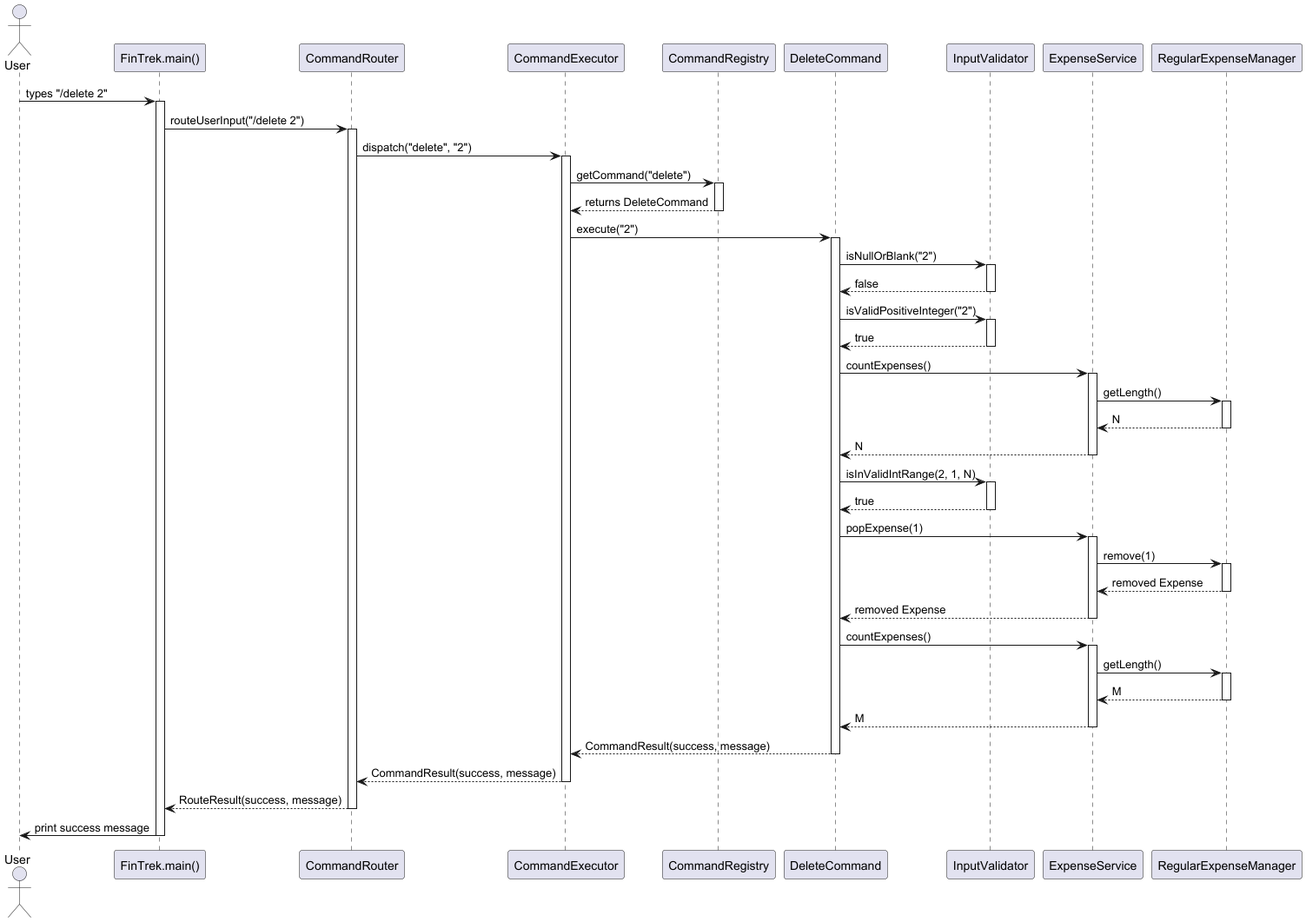
The PlantUML diagram docs/images/delete.png in randust/tp, before a commit. The source it was exported from:
```plantuml
@startuml delete.puml
actor User
participant "FinTrek.main()" as FinTrek
participant "CommandRouter" as Router
participant "CommandExecutor" as Executor
participant "CommandRegistry" as Registry
participant "DeleteCommand" as DeleteCmd
participant "InputValidator" as Validator
participant "ExpenseService" as ExpenseSvc
participant "RegularExpenseManager" as RegExpMgr

User -> FinTrek : types "/delete 2"
activate FinTrek

FinTrek -> Router : routeUserInput("/delete 2")
activate Router

Router -> Executor : dispatch("delete", "2")
activate Executor

Executor -> Registry : getCommand("delete")
activate Registry
Registry --> Executor : returns DeleteCommand
deactivate Registry

Executor -> DeleteCmd : execute("2")
activate DeleteCmd

DeleteCmd -> Validator : isNullOrBlank("2")
activate Validator
Validator --> DeleteCmd : false
deactivate Validator

DeleteCmd -> Validator : isValidPositiveInteger("2")
activate Validator
Validator --> DeleteCmd : true
deactivate Validator

DeleteCmd -> ExpenseSvc : countExpenses()
activate ExpenseSvc
ExpenseSvc -> RegExpMgr : getLength()
activate RegExpMgr
RegExpMgr --> ExpenseSvc : N
deactivate RegExpMgr
ExpenseSvc --> DeleteCmd : N
deactivate ExpenseSvc

DeleteCmd -> Validator : isInValidIntRange(2, 1, N)
activate Validator
Validator --> DeleteCmd : true
deactivate Validator

DeleteCmd -> ExpenseSvc : popExpense(1)
activate ExpenseSvc
ExpenseSvc -> RegExpMgr : remove(1)
activate RegExpMgr
RegExpMgr --> ExpenseSvc : removed Expense
deactivate RegExpMgr
ExpenseSvc --> DeleteCmd : removed Expense
deactivate ExpenseSvc

DeleteCmd -> ExpenseSvc : countExpenses()
activate ExpenseSvc
ExpenseSvc -> RegExpMgr : getLength()
activate RegExpMgr
RegExpMgr --> ExpenseSvc : M
deactivate RegExpMgr
ExpenseSvc --> DeleteCmd : M
deactivate ExpenseSvc

DeleteCmd --> Executor : CommandResult(success, message)
deactivate DeleteCmd

Executor --> Router : CommandResult(success, message)
deactivate Executor

Router --> FinTrek : RouteResult(success, message)
deactivate Router

FinTrek -> User : print success message
deactivate FinTrek
@enduml
```
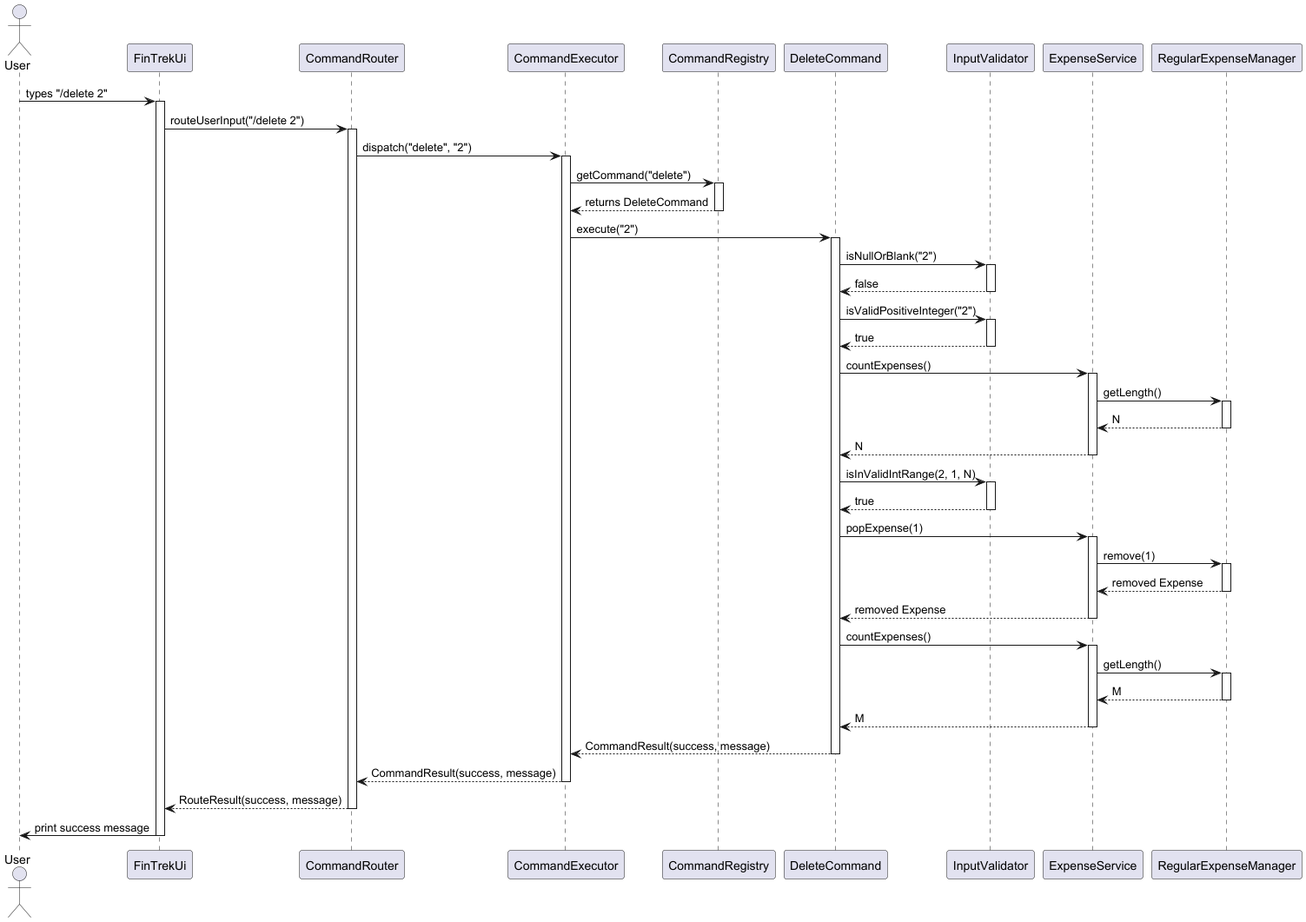
After the change.

The edit, as a diff of the source:
```diff
@@ -1,6 +1,6 @@
 @startuml delete.puml
 actor User
-participant "FinTrek.main()" as FinTrek
+participant "FinTrekUi" as FinTrek
 participant "CommandRouter" as Router
 participant "CommandExecutor" as Executor
 participant "CommandRegistry" as Registry
```
